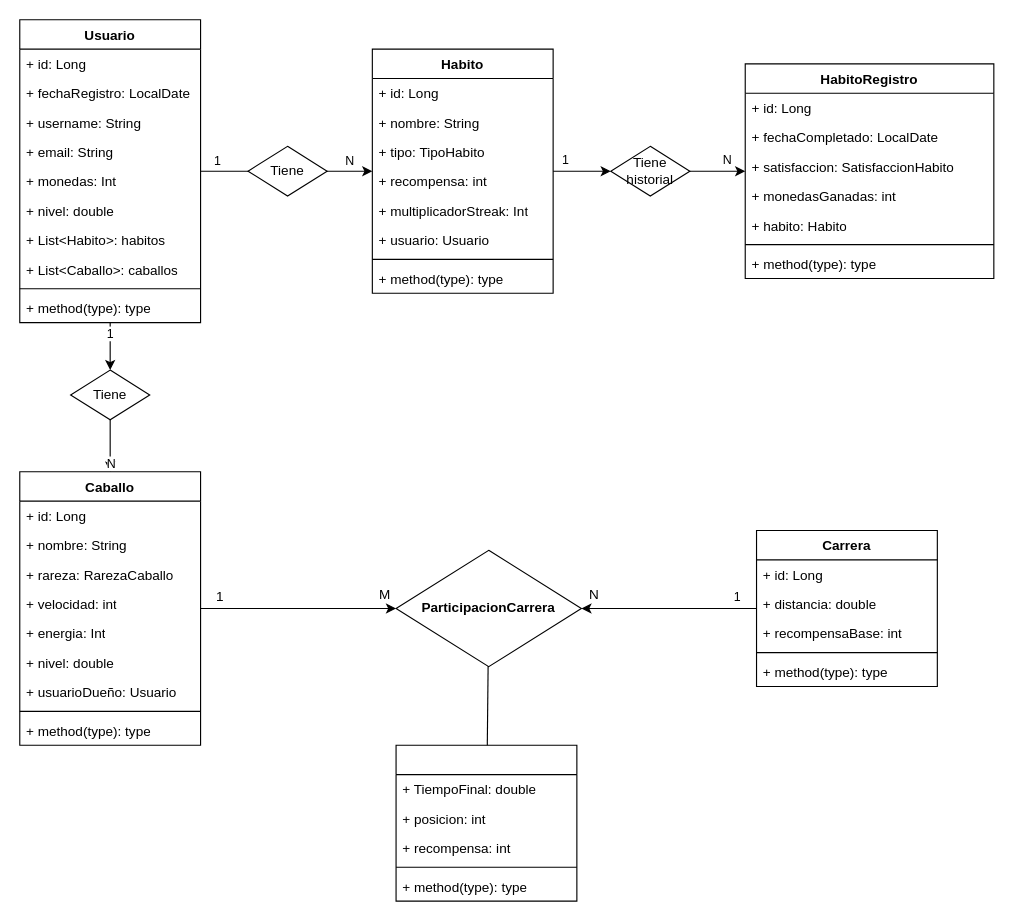
Before: diagrama-uml.drawio in marioroag/proyecto-final-daw, a draw.io diagram. Source tidied: cells renumbered, new cells numbered last; positions are measured from the earlier drawing's top-left corner, leaving out a move shared by most shapes. Both pictures are drawn from the tidied source at 113%, with x=0, y=0 at pixel (19, 19).
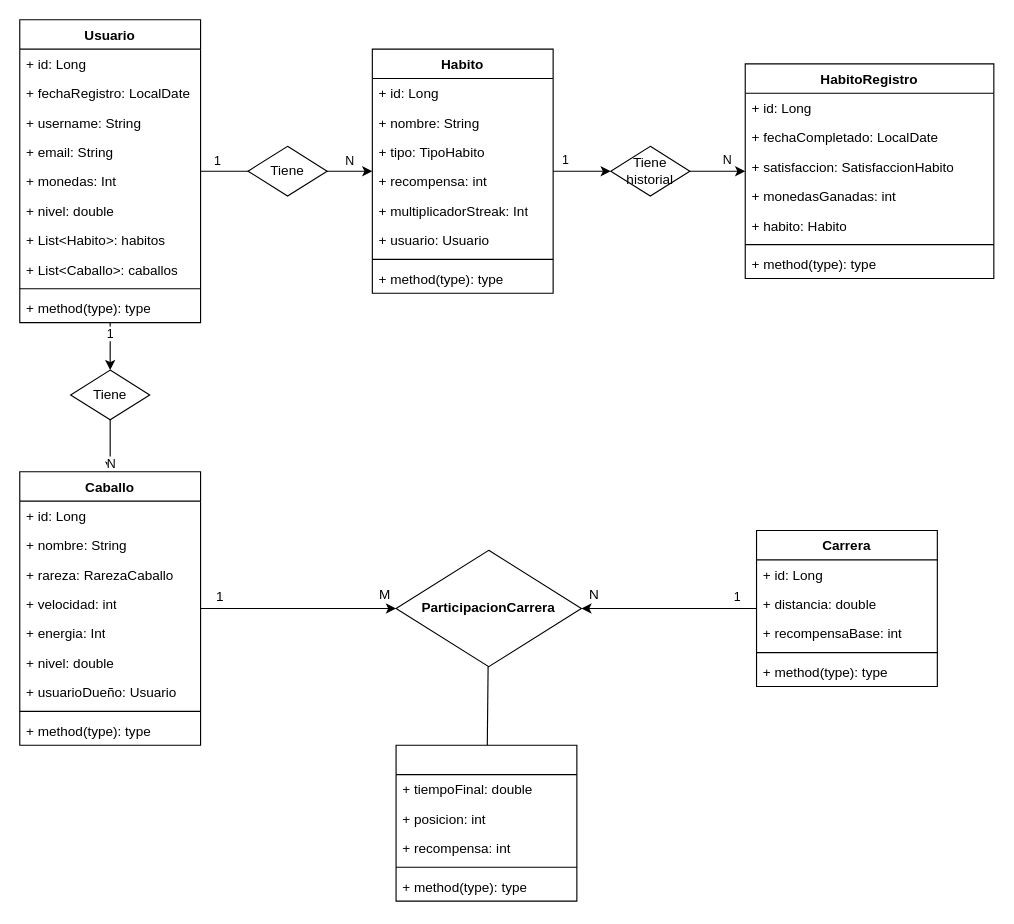
The same diagram, later.

Commit message:
fix: arreglado typo

The change refers to these unchanged cells:
```xml
<mxCell id="53" style="swimlane;fontStyle=1;align=center;verticalAlign=top;horizontal=1;startSize=26;whiteSpace=wrap;html=1;" parent="1" vertex="1">
  <mxGeometry x="333" y="642" width="160" height="138" as="geometry" />
</mxCell>
```

The edit, as a diff of the source:
```diff
@@
-    <mxCell id="54" value="+ TiempoFinal: double" style="text;strokeColor=none;fillColor=none;align=left;verticalAlign=top;spacingLeft=4;spacingRight=4;overflow=hidden;whiteSpace=wrap;html=1;" parent="53" vertex="1">
+    <mxCell id="54" value="+ tiempoFinal: double" style="text;strokeColor=none;fillColor=none;align=left;verticalAlign=top;spacingLeft=4;spacingRight=4;overflow=hidden;whiteSpace=wrap;html=1;" parent="53" vertex="1">
       <mxGeometry y="26" width="160" height="26" as="geometry" />
     </mxCell>
```
